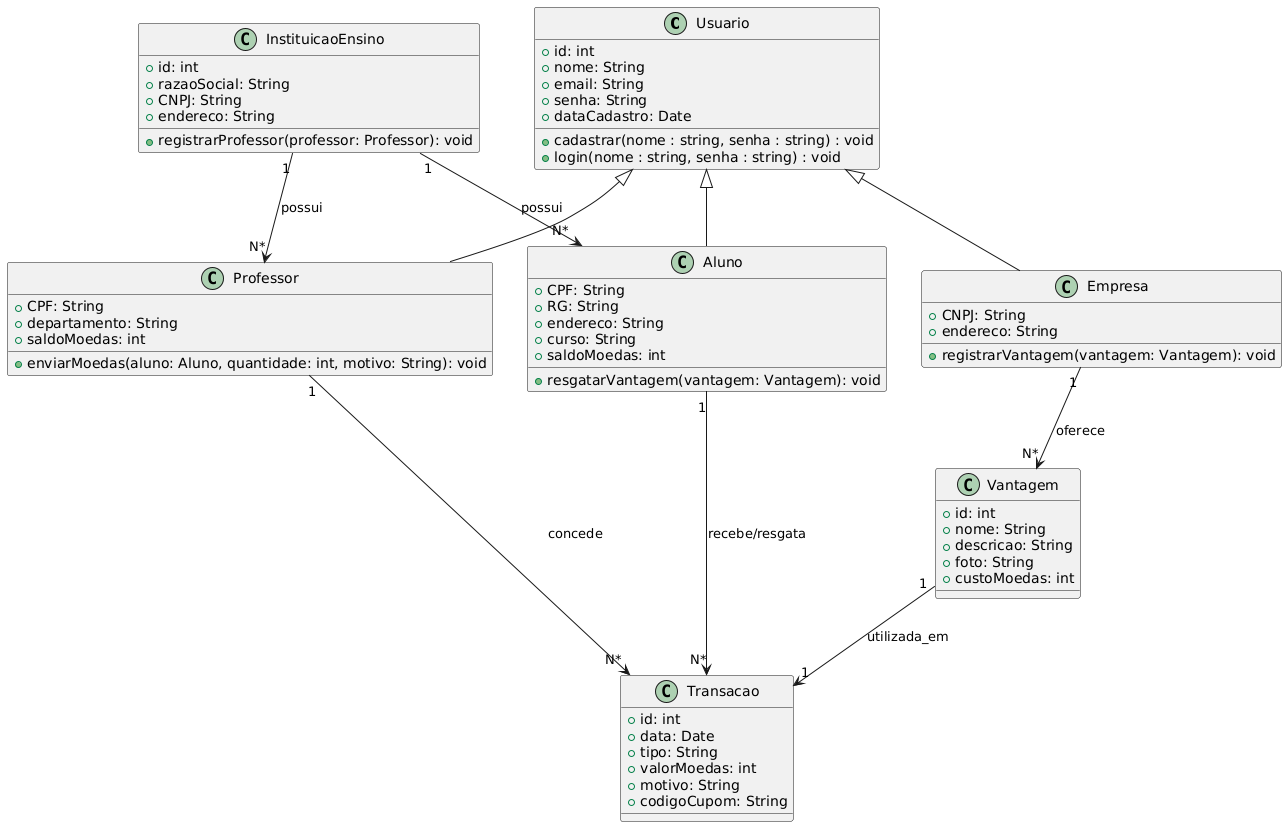
Above: project/img/classdiagram.png in iannovais/lds-moeda (PlantUML), before the change. Source of this version:
```plantuml
@startuml
class Usuario {
  + id: int
  + nome: String
  + email: String
  + senha: String
  + dataCadastro: Date
  + cadastrar(nome : string, senha : string) : void
  + login(nome : string, senha : string) : void
}

class Aluno {
  + CPF: String
  + RG: String
  + endereco: String
  + curso: String
  + saldoMoedas: int
  + resgatarVantagem(vantagem: Vantagem): void
}

class Professor {
  + CPF: String
  + departamento: String
  + saldoMoedas: int
  + enviarMoedas(aluno: Aluno, quantidade: int, motivo: String): void
}

class Empresa {
  + CNPJ: String
  + endereco: String
  + registrarVantagem(vantagem: Vantagem): void
}

class InstituicaoEnsino {
  + id: int
  + razaoSocial: String
  + CNPJ: String
  + endereco: String
  + registrarProfessor(professor: Professor): void
}

class Vantagem {
  + id: int
  + nome: String
  + descricao: String
  + foto: String
  + custoMoedas: int
}

class Transacao {
  + id: int
  + data: Date
  + tipo: String
  + valorMoedas: int
  + motivo: String
  + codigoCupom: String
}

Usuario <|-- Aluno
Usuario <|-- Professor
Usuario <|-- Empresa

Aluno "1" --> "N*" Transacao : recebe/resgata
Professor "1" --> "N*" Transacao : concede
Empresa "1" --> "N*" Vantagem : oferece
Vantagem "1" --> "1" Transacao : utilizada_em
InstituicaoEnsino "1" --> "N*" Aluno : possui
InstituicaoEnsino "1" --> "N*" Professor : possui
@enduml
```
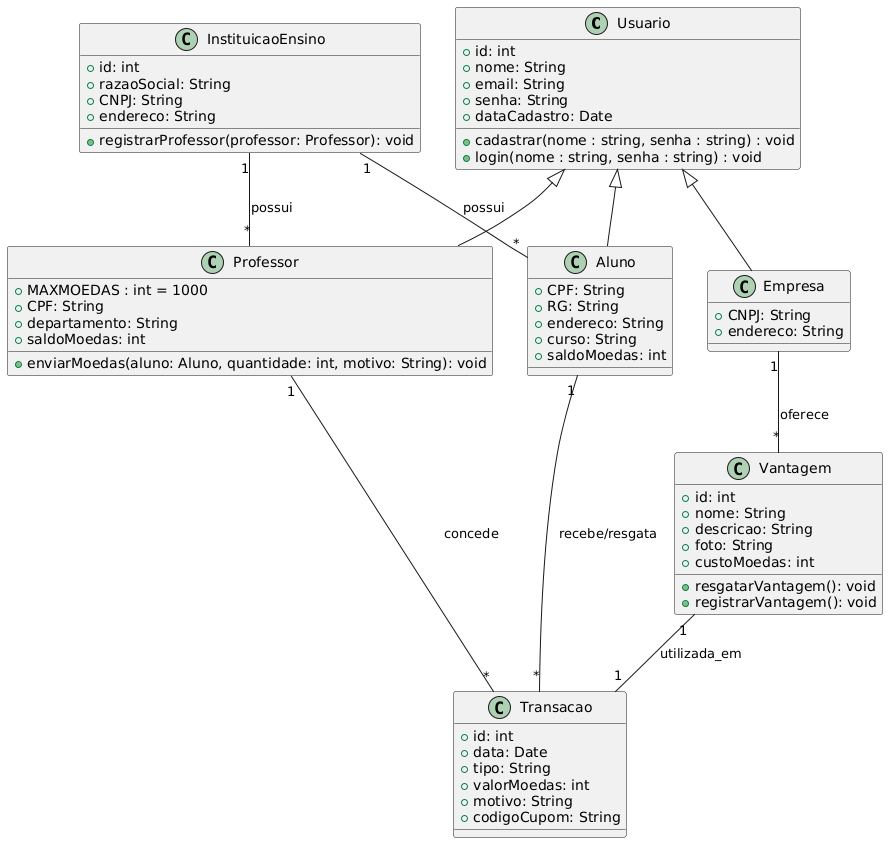
Later version of the same file.

Commit message:
Correções Diagrama de Classe

Change to the diagram source:
```diff
@@ -15,10 +15,10 @@
   + endereco: String
   + curso: String
   + saldoMoedas: int
-  + resgatarVantagem(vantagem: Vantagem): void
 }
 
 class Professor {
+  + MAXMOEDAS : int = 1000
   + CPF: String
   + departamento: String
   + saldoMoedas: int
@@ -28,7 +28,6 @@
 class Empresa {
   + CNPJ: String
   + endereco: String
-  + registrarVantagem(vantagem: Vantagem): void
 }
 
 class InstituicaoEnsino {
@@ -45,6 +44,8 @@
   + descricao: String
   + foto: String
   + custoMoedas: int
+  + resgatarVantagem(): void
+  + registrarVantagem(): void
 }
 
 class Transacao {
@@ -60,10 +61,10 @@
 Usuario <|-- Professor
 Usuario <|-- Empresa
 
-Aluno "1" --> "N*" Transacao : recebe/resgata
-Professor "1" --> "N*" Transacao : concede
-Empresa "1" --> "N*" Vantagem : oferece
-Vantagem "1" --> "1" Transacao : utilizada_em
-InstituicaoEnsino "1" --> "N*" Aluno : possui
-InstituicaoEnsino "1" --> "N*" Professor : possui
+Aluno "1" -- "*" Transacao : recebe/resgata
+Professor "1" -- "*" Transacao : concede
+Empresa "1" -- "*" Vantagem : oferece
+Vantagem "1" -- "1" Transacao : utilizada_em
+InstituicaoEnsino "1" -- "*" Aluno : possui
+InstituicaoEnsino "1" -- "*" Professor : possui
 @enduml
```
